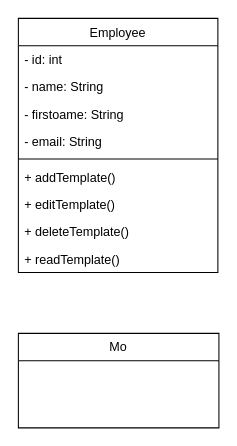
Before: DiagrammeClasse.drawio in Paulilinaire/UML, a draw.io diagram. Source tidied: cells renumbered, new cells numbered last; positions are measured from the earlier drawing's top-left corner, leaving out a move shared by most shapes. Both pictures are drawn from the tidied source at 105%, with x=0, y=0 at pixel (18, 18).
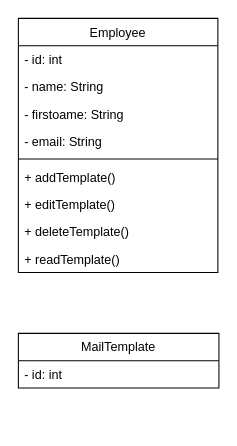
The same page after the edit.

Commit message:
Mettre à jour DiagrammeClasse.drawio

Change to the diagram source:
```diff
@@
 <mxGraphModel>
   <root>
     <mxCell id="0" />
     <mxCell id="1" parent="0" />
-    <mxCell id="2" value="Mo" style="swimlane;fontStyle=0;horizontal=1;startSize=26;fillColor=none;whiteSpace=wrap;html=1;" parent="1" vertex="1">
-      <mxGeometry y="300" width="191" height="90" as="geometry" />
+    <mxCell id="2" value="MailTemplate" style="swimlane;fontStyle=0;horizontal=1;startSize=26;fillColor=none;whiteSpace=wrap;html=1;" parent="1" vertex="1">
+      <mxGeometry y="300" width="191" height="52" as="geometry" />
     </mxCell>
+    <mxCell id="13" value="- id: int" style="text;strokeColor=none;fillColor=none;align=left;verticalAlign=top;spacingLeft=4;spacingRight=4;overflow=hidden;whiteSpace=wrap;html=1;" parent="2" vertex="1">
+      <mxGeometry y="26" width="191" height="26" as="geometry" />
+    </mxCell>
     <mxCell id="3" value="&lt;span style=&quot;font-weight: 400;&quot;&gt;Employee&lt;/span&gt;" style="swimlane;fontStyle=1;align=center;verticalAlign=top;horizontal=1;startSize=26;whiteSpace=wrap;html=1;" parent="1" vertex="1">
       <mxGeometry width="190" height="242" as="geometry" />
     </mxCell>
     <mxCell id="4" value="- id: int" style="text;strokeColor=none;fillColor=none;align=left;verticalAlign=top;spacingLeft=4;spacingRight=4;overflow=hidden;whiteSpace=wrap;html=1;" parent="3" vertex="1">
       <mxGeometry y="26" width="190" height="26" as="geometry" />
     </mxCell>
     <mxCell id="5" value="- name: String" style="text;strokeColor=none;fillColor=none;align=left;verticalAlign=top;spacingLeft=4;spacingRight=4;overflow=hidden;whiteSpace=wrap;html=1;" parent="3" vertex="1">
       <mxGeometry y="52" width="190" height="26" as="geometry" />
     </mxCell>
     <mxCell id="6" value="- firstoame: String" style="text;strokeColor=none;fillColor=none;align=left;verticalAlign=top;spacingLeft=4;spacingRight=4;overflow=hidden;whiteSpace=wrap;html=1;" parent="3" vertex="1">
       <mxGeometry y="78" width="190" height="26" as="geometry" />
     </mxCell>
     <mxCell id="7" value="- email: String" style="text;strokeColor=none;fillColor=none;align=left;verticalAlign=top;spacingLeft=4;spacingRight=4;overflow=hidden;whiteSpace=wrap;html=1;" parent="3" vertex="1">
       <mxGeometry y="104" width="190" height="26" as="geometry" />
     </mxCell>
     <mxCell id="8" style="line;strokeWidth=1;fillColor=none;align=left;verticalAlign=middle;spacingTop=-1;spacingLeft=3;spacingRight=3;labelPosition=right;strokeColor=inherit;" parent="3" vertex="1">
       <mxGeometry y="130" width="190" height="8" as="geometry" />
     </mxCell>
     <mxCell id="9" value="+ addTemplate()" style="text;strokeColor=none;fillColor=none;align=left;verticalAlign=top;spacingLeft=4;spacingRight=4;overflow=hidden;whiteSpace=wrap;html=1;" parent="3" vertex="1">
       <mxGeometry y="138" width="190" height="26" as="geometry" />
     </mxCell>
     <mxCell id="10" value="+ editTemplate()" style="text;strokeColor=none;fillColor=none;align=left;verticalAlign=top;spacingLeft=4;spacingRight=4;overflow=hidden;whiteSpace=wrap;html=1;" parent="3" vertex="1">
       <mxGeometry y="164" width="190" height="26" as="geometry" />
     </mxCell>
     <mxCell id="11" value="+ deleteTemplate()" style="text;strokeColor=none;fillColor=none;align=left;verticalAlign=top;spacingLeft=4;spacingRight=4;overflow=hidden;whiteSpace=wrap;html=1;" parent="3" vertex="1">
       <mxGeometry y="190" width="190" height="26" as="geometry" />
     </mxCell>
     <mxCell id="12" value="+ readTemplate()" style="text;strokeColor=none;fillColor=none;align=left;verticalAlign=top;spacingLeft=4;spacingRight=4;overflow=hidden;whiteSpace=wrap;html=1;" parent="3" vertex="1">
       <mxGeometry y="216" width="190" height="26" as="geometry" />
     </mxCell>
   </root>
 </mxGraphModel>
```
